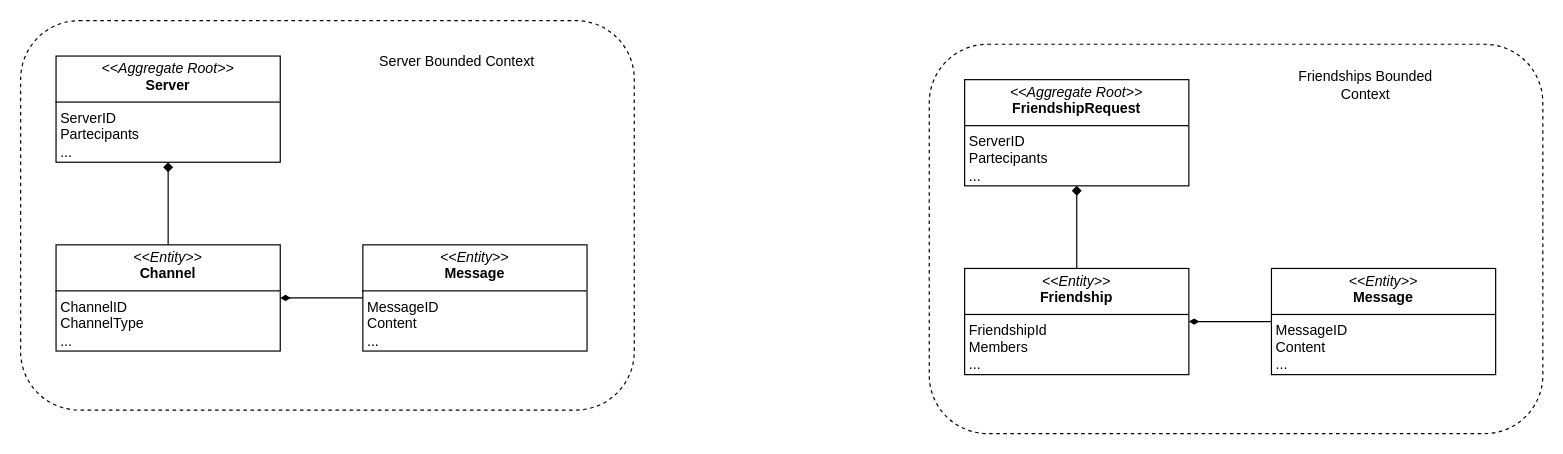
Above: resources/ddd.drawio in zucchero-sintattico/piper-kt (draw.io), before the change. Source tidied: cells renumbered, new cells numbered last; positions are measured from the earlier drawing's top-left corner, leaving out a move shared by most shapes. Both pictures are drawn from the tidied source at 118%, with x=0, y=0 at pixel (20, 20).
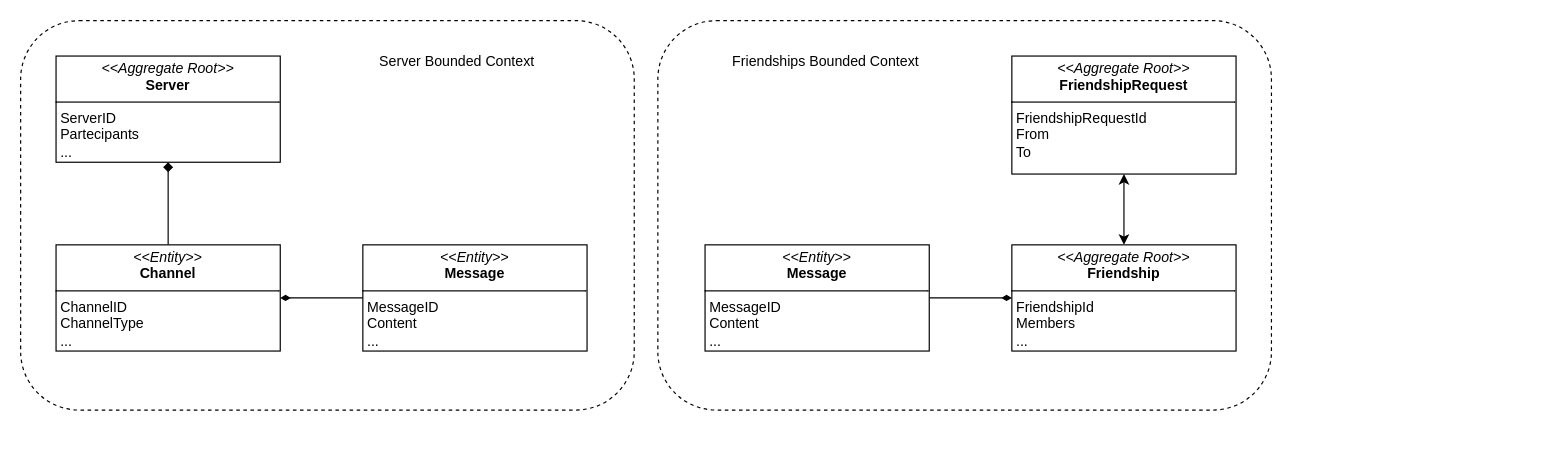
After the change.

Commit message:
Reorganize ddd bounded context

Change to the diagram source:
```diff
@@
 <mxGraphModel>
   <root>
     <mxCell id="0" />
     <mxCell id="1" parent="0" />
     <mxCell id="2" style="rounded=1;whiteSpace=wrap;html=1;dashed=1;" parent="1" vertex="1">
       <mxGeometry width="520" height="330" as="geometry" />
     </mxCell>
     <mxCell id="3" value="&lt;p style=&quot;margin:0px;margin-top:4px;text-align:center;&quot;&gt;&lt;i&gt;&amp;lt;&amp;lt;Aggregate Root&amp;gt;&amp;gt;&lt;/i&gt;&lt;br&gt;&lt;b&gt;Server&lt;/b&gt;&lt;/p&gt;&lt;hr size=&quot;1&quot; style=&quot;border-style:solid;&quot;&gt;&lt;p style=&quot;margin:0px;margin-left:4px;&quot;&gt;ServerID&lt;/p&gt;&lt;p style=&quot;margin:0px;margin-left:4px;&quot;&gt;Partecipants&lt;/p&gt;&lt;p style=&quot;margin:0px;margin-left:4px;&quot;&gt;...&lt;/p&gt;" style="verticalAlign=top;align=left;overflow=fill;html=1;whiteSpace=wrap;" parent="1" vertex="1">
       <mxGeometry x="30" y="30" width="190" height="90" as="geometry" />
     </mxCell>
     <mxCell id="4" style="edgeStyle=orthogonalEdgeStyle;rounded=0;jettySize=auto;html=1;endArrow=diamond;endFill=1;" parent="1" edge="1" source="5" target="3">
       <mxGeometry relative="1" as="geometry" />
     </mxCell>
     <mxCell id="5" value="&lt;p style=&quot;margin:0px;margin-top:4px;text-align:center;&quot;&gt;&lt;i&gt;&amp;lt;&amp;lt;Entity&amp;gt;&amp;gt;&lt;/i&gt;&lt;br&gt;&lt;b&gt;Channel&lt;/b&gt;&lt;/p&gt;&lt;hr size=&quot;1&quot; style=&quot;border-style:solid;&quot;&gt;&lt;p style=&quot;margin:0px;margin-left:4px;&quot;&gt;ChannelID&lt;/p&gt;&lt;p style=&quot;margin:0px;margin-left:4px;&quot;&gt;ChannelType&lt;/p&gt;&lt;p style=&quot;margin:0px;margin-left:4px;&quot;&gt;...&lt;/p&gt;" style="verticalAlign=top;align=left;overflow=fill;html=1;whiteSpace=wrap;" parent="1" vertex="1">
       <mxGeometry x="30" y="190" width="190" height="90" as="geometry" />
     </mxCell>
     <mxCell id="6" style="edgeStyle=orthogonalEdgeStyle;rounded=0;jettySize=auto;html=1;endArrow=diamondThin;endFill=1;" parent="1" edge="1" source="7" target="5">
       <mxGeometry relative="1" as="geometry" />
     </mxCell>
     <mxCell id="7" value="&lt;p style=&quot;margin:0px;margin-top:4px;text-align:center;&quot;&gt;&lt;i&gt;&amp;lt;&amp;lt;Entity&amp;gt;&amp;gt;&lt;/i&gt;&lt;br&gt;&lt;b&gt;Message&lt;/b&gt;&lt;/p&gt;&lt;hr size=&quot;1&quot; style=&quot;border-style:solid;&quot;&gt;&lt;p style=&quot;margin:0px;margin-left:4px;&quot;&gt;MessageID&lt;/p&gt;&lt;p style=&quot;margin:0px;margin-left:4px;&quot;&gt;Content&lt;/p&gt;&lt;p style=&quot;margin:0px;margin-left:4px;&quot;&gt;...&lt;/p&gt;" style="verticalAlign=top;align=left;overflow=fill;html=1;whiteSpace=wrap;" parent="1" vertex="1">
       <mxGeometry x="290" y="190" width="190" height="90" as="geometry" />
     </mxCell>
     <mxCell id="8" value="Server Bounded Context" style="text;html=1;align=center;verticalAlign=middle;whiteSpace=wrap;rounded=0;" parent="1" vertex="1">
       <mxGeometry x="300" y="20" width="140" height="30" as="geometry" />
     </mxCell>
     <mxCell id="9" style="rounded=1;whiteSpace=wrap;html=1;dashed=1;" parent="1" vertex="1">
-      <mxGeometry x="770" y="20" width="520" height="330" as="geometry" />
+      <mxGeometry x="540" width="520" height="330" as="geometry" />
     </mxCell>
+    <mxCell id="16" style="edgeStyle=orthogonalEdgeStyle;rounded=0;jettySize=auto;html=1;startArrow=classic;startFill=1;" parent="1" edge="1" source="10" target="12">
+      <mxGeometry relative="1" as="geometry" />
+    </mxCell>
-    <mxCell id="10" value="&lt;p style=&quot;margin:0px;margin-top:4px;text-align:center;&quot;&gt;&lt;i&gt;&amp;lt;&amp;lt;Aggregate Root&amp;gt;&amp;gt;&lt;/i&gt;&lt;br&gt;&lt;b&gt;FriendshipRequest&lt;/b&gt;&lt;/p&gt;&lt;hr size=&quot;1&quot; style=&quot;border-style:solid;&quot;&gt;&lt;p style=&quot;margin:0px;margin-left:4px;&quot;&gt;ServerID&lt;/p&gt;&lt;p style=&quot;margin:0px;margin-left:4px;&quot;&gt;Partecipants&lt;/p&gt;&lt;p style=&quot;margin:0px;margin-left:4px;&quot;&gt;...&lt;/p&gt;" style="verticalAlign=top;align=left;overflow=fill;html=1;whiteSpace=wrap;" parent="1" vertex="1">
-      <mxGeometry x="800" y="50" width="190" height="90" as="geometry" />
+    <mxCell id="10" value="&lt;p style=&quot;margin:0px;margin-top:4px;text-align:center;&quot;&gt;&lt;i&gt;&amp;lt;&amp;lt;Aggregate Root&amp;gt;&amp;gt;&lt;/i&gt;&lt;br&gt;&lt;b&gt;FriendshipRequest&lt;/b&gt;&lt;/p&gt;&lt;hr size=&quot;1&quot; style=&quot;border-style:solid;&quot;&gt;&lt;p style=&quot;margin:0px;margin-left:4px;&quot;&gt;FriendshipRequestId&lt;/p&gt;&lt;p style=&quot;margin:0px;margin-left:4px;&quot;&gt;From&lt;/p&gt;&lt;p style=&quot;margin:0px;margin-left:4px;&quot;&gt;To&lt;/p&gt;&lt;p style=&quot;margin:0px;margin-left:4px;&quot;&gt;&lt;br&gt;&lt;/p&gt;" style="verticalAlign=top;align=left;overflow=fill;html=1;whiteSpace=wrap;" parent="1" vertex="1">
+      <mxGeometry x="840" y="30" width="190" height="100" as="geometry" />
     </mxCell>
-    <mxCell id="11" style="edgeStyle=orthogonalEdgeStyle;rounded=0;jettySize=auto;html=1;endArrow=diamond;endFill=1;" parent="1" edge="1" source="12" target="10">
-      <mxGeometry relative="1" as="geometry" />
-    </mxCell>
-    <mxCell id="12" value="&lt;p style=&quot;margin:0px;margin-top:4px;text-align:center;&quot;&gt;&lt;i&gt;&amp;lt;&amp;lt;Entity&amp;gt;&amp;gt;&lt;/i&gt;&lt;br&gt;&lt;b&gt;Friendship&lt;/b&gt;&lt;/p&gt;&lt;hr size=&quot;1&quot; style=&quot;border-style:solid;&quot;&gt;&lt;p style=&quot;margin:0px;margin-left:4px;&quot;&gt;FriendshipId&lt;/p&gt;&lt;p style=&quot;margin:0px;margin-left:4px;&quot;&gt;Members&lt;/p&gt;&lt;p style=&quot;margin:0px;margin-left:4px;&quot;&gt;...&lt;/p&gt;" style="verticalAlign=top;align=left;overflow=fill;html=1;whiteSpace=wrap;" parent="1" vertex="1">
-      <mxGeometry x="800" y="210" width="190" height="90" as="geometry" />
+    <mxCell id="12" value="&lt;p style=&quot;margin:0px;margin-top:4px;text-align:center;&quot;&gt;&lt;i&gt;&amp;lt;&amp;lt;Aggregate Root&amp;gt;&amp;gt;&lt;/i&gt;&lt;br&gt;&lt;b&gt;Friendship&lt;/b&gt;&lt;/p&gt;&lt;hr size=&quot;1&quot; style=&quot;border-style:solid;&quot;&gt;&lt;p style=&quot;margin:0px;margin-left:4px;&quot;&gt;FriendshipId&lt;/p&gt;&lt;p style=&quot;margin:0px;margin-left:4px;&quot;&gt;Members&lt;/p&gt;&lt;p style=&quot;margin:0px;margin-left:4px;&quot;&gt;...&lt;/p&gt;" style="verticalAlign=top;align=left;overflow=fill;html=1;whiteSpace=wrap;" parent="1" vertex="1">
+      <mxGeometry x="840" y="190" width="190" height="90" as="geometry" />
     </mxCell>
     <mxCell id="13" style="edgeStyle=orthogonalEdgeStyle;rounded=0;jettySize=auto;html=1;endArrow=diamondThin;endFill=1;" parent="1" edge="1" source="14" target="12">
       <mxGeometry relative="1" as="geometry" />
     </mxCell>
     <mxCell id="14" value="&lt;p style=&quot;margin:0px;margin-top:4px;text-align:center;&quot;&gt;&lt;i&gt;&amp;lt;&amp;lt;Entity&amp;gt;&amp;gt;&lt;/i&gt;&lt;br&gt;&lt;b&gt;Message&lt;/b&gt;&lt;/p&gt;&lt;hr size=&quot;1&quot; style=&quot;border-style:solid;&quot;&gt;&lt;p style=&quot;margin:0px;margin-left:4px;&quot;&gt;MessageID&lt;/p&gt;&lt;p style=&quot;margin:0px;margin-left:4px;&quot;&gt;Content&lt;/p&gt;&lt;p style=&quot;margin:0px;margin-left:4px;&quot;&gt;...&lt;/p&gt;" style="verticalAlign=top;align=left;overflow=fill;html=1;whiteSpace=wrap;" parent="1" vertex="1">
-      <mxGeometry x="1060" y="210" width="190" height="90" as="geometry" />
+      <mxGeometry x="580" y="190" width="190" height="90" as="geometry" />
     </mxCell>
     <mxCell id="15" value="Friendships Bounded Context" style="text;html=1;align=center;verticalAlign=middle;whiteSpace=wrap;rounded=0;" parent="1" vertex="1">
-      <mxGeometry x="1070" y="40" width="140" height="30" as="geometry" />
+      <mxGeometry x="595" y="20" width="175" height="30" as="geometry" />
     </mxCell>
   </root>
 </mxGraphModel>
```
